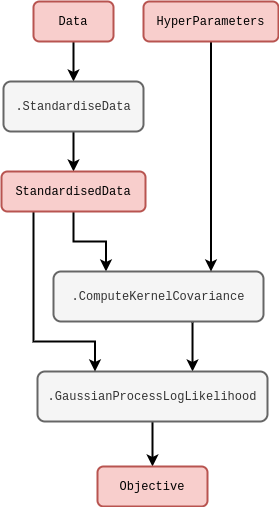
The draw.io diagram assets/stochadexII/stochadexII-gaussian-process-code.drawio.png in umbralcalc/umbralcalc.github.io, before a commit. Source tidied: cells renumbered, new cells last; positions are measured from the earlier drawing's top-left corner, leaving out a move shared by most shapes.
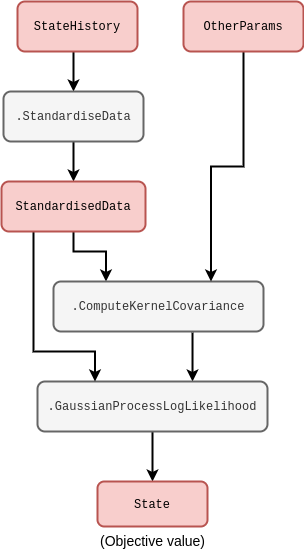
After the change.

Commit message:
updates to diagrams and text sections

The edit, as a diff of the source:
```diff
@@ -10,38 +10,30 @@
         </Array>
       </mxGeometry>
     </mxCell>
-    <mxCell id="3" style="edgeStyle=orthogonalEdgeStyle;rounded=0;jettySize=auto;html=1;entryX=0.5;entryY=0;entryDx=0;entryDy=0;strokeWidth=2;exitX=0.5;exitY=1;exitDx=0;exitDy=0;" parent="1" edge="1" source="4" target="13">
+    <mxCell id="3" style="edgeStyle=orthogonalEdgeStyle;rounded=0;jettySize=auto;html=1;entryX=0.5;entryY=0;entryDx=0;entryDy=0;strokeWidth=2;exitX=0.5;exitY=1;exitDx=0;exitDy=0;" parent="1" edge="1" target="13">
       <mxGeometry relative="1" as="geometry">
+        <mxPoint x="72" y="40" as="sourcePoint" />
         <Array as="points">
           <mxPoint x="72" y="50" />
           <mxPoint x="72" y="50" />
         </Array>
       </mxGeometry>
     </mxCell>
-    <mxCell id="4" value="&lt;font face=&quot;Courier New&quot;&gt;Data&lt;/font&gt;" style="rounded=1;whiteSpace=wrap;html=1;strokeWidth=2;fillColor=#f8cecc;strokeColor=#b85450;" parent="1" vertex="1">
-      <mxGeometry x="32" width="80" height="40" as="geometry" />
-    </mxCell>
     <mxCell id="5" style="edgeStyle=orthogonalEdgeStyle;rounded=0;jettySize=auto;html=1;exitX=0.662;exitY=1.02;exitDx=0;exitDy=0;exitPerimeter=0;entryX=0.674;entryY=0;entryDx=0;entryDy=0;entryPerimeter=0;strokeWidth=2;" parent="1" edge="1" source="6" target="8">
       <mxGeometry relative="1" as="geometry" />
     </mxCell>
     <mxCell id="6" value="&lt;font face=&quot;Courier New&quot;&gt;.ComputeKernelCovariance&lt;/font&gt;" style="rounded=1;whiteSpace=wrap;html=1;strokeWidth=2;fillColor=#f5f5f5;fontColor=#333333;strokeColor=#666666;" parent="1" vertex="1">
       <mxGeometry x="52" y="270" width="210" height="50" as="geometry" />
     </mxCell>
-    <mxCell id="7" style="edgeStyle=orthogonalEdgeStyle;rounded=0;jettySize=auto;html=1;strokeWidth=2;" parent="1" edge="1" source="8" target="11">
+    <mxCell id="7" style="edgeStyle=orthogonalEdgeStyle;rounded=0;jettySize=auto;html=1;strokeWidth=2;entryX=0.5;entryY=0;entryDx=0;entryDy=0;" parent="1" edge="1" source="8" target="18">
       <mxGeometry relative="1" as="geometry" />
     </mxCell>
     <mxCell id="8" value="&lt;font face=&quot;Courier New&quot;&gt;.GaussianProcessLogLikelihood&lt;/font&gt;" style="rounded=1;whiteSpace=wrap;html=1;strokeWidth=2;fillColor=#f5f5f5;fontColor=#333333;strokeColor=#666666;" parent="1" vertex="1">
       <mxGeometry x="36" y="370" width="230" height="50" as="geometry" />
     </mxCell>
-    <mxCell id="9" style="edgeStyle=orthogonalEdgeStyle;rounded=0;jettySize=auto;html=1;entryX=0.75;entryY=0;entryDx=0;entryDy=0;strokeWidth=2;" parent="1" edge="1" source="10" target="6">
+    <mxCell id="9" style="edgeStyle=orthogonalEdgeStyle;rounded=0;jettySize=auto;html=1;entryX=0.75;entryY=0;entryDx=0;entryDy=0;strokeWidth=2;exitX=0.5;exitY=1;exitDx=0;exitDy=0;" parent="1" edge="1" source="17" target="6">
       <mxGeometry relative="1" as="geometry" />
     </mxCell>
-    <mxCell id="10" value="&lt;font face=&quot;Courier New&quot;&gt;HyperParameters&lt;/font&gt;" style="rounded=1;whiteSpace=wrap;html=1;strokeWidth=2;fillColor=#f8cecc;strokeColor=#b85450;" parent="1" vertex="1">
-      <mxGeometry x="142" width="135" height="40" as="geometry" />
-    </mxCell>
-    <mxCell id="11" value="&lt;font face=&quot;Courier New&quot;&gt;Objective&lt;/font&gt;" style="rounded=1;whiteSpace=wrap;html=1;strokeWidth=2;fillColor=#f8cecc;strokeColor=#b85450;" parent="1" vertex="1">
-      <mxGeometry x="96" y="465" width="110" height="40" as="geometry" />
-    </mxCell>
     <mxCell id="12" style="edgeStyle=orthogonalEdgeStyle;rounded=0;jettySize=auto;html=1;strokeWidth=2;" parent="1" edge="1" source="13" target="15">
       <mxGeometry relative="1" as="geometry" />
     </mxCell>
@@ -57,7 +49,19 @@
       </mxGeometry>
     </mxCell>
     <mxCell id="15" value="&lt;font face=&quot;Courier New&quot;&gt;StandardisedData&lt;/font&gt;" style="rounded=1;whiteSpace=wrap;html=1;strokeWidth=2;fillColor=#f8cecc;strokeColor=#b85450;" parent="1" vertex="1">
-      <mxGeometry y="170" width="144" height="40" as="geometry" />
+      <mxGeometry y="170" width="144" height="50" as="geometry" />
     </mxCell>
+    <mxCell id="16" value="&lt;font face=&quot;Courier New&quot;&gt;StateHistory&lt;/font&gt;" style="rounded=1;whiteSpace=wrap;html=1;strokeWidth=2;fillColor=#f8cecc;strokeColor=#b85450;" parent="1" vertex="1">
+      <mxGeometry x="16" y="-10" width="120" height="50" as="geometry" />
+    </mxCell>
+    <mxCell id="17" value="&lt;font face=&quot;Courier New&quot;&gt;OtherParams&lt;/font&gt;" style="rounded=1;whiteSpace=wrap;html=1;strokeWidth=2;fillColor=#f8cecc;strokeColor=#b85450;" parent="1" vertex="1">
+      <mxGeometry x="182" y="-10" width="120" height="50" as="geometry" />
+    </mxCell>
+    <mxCell id="18" value="&lt;font face=&quot;Courier New&quot;&gt;State&lt;/font&gt;" style="rounded=1;whiteSpace=wrap;html=1;strokeWidth=2;fillColor=#f8cecc;strokeColor=#b85450;" parent="1" vertex="1">
+      <mxGeometry x="96" y="470" width="110" height="45" as="geometry" />
+    </mxCell>
+    <mxCell id="19" value="&lt;font style=&quot;font-size: 14px;&quot;&gt;(Objective value)&lt;/font&gt;" style="text;html=1;align=center;verticalAlign=middle;strokeColor=none;fillColor=none;" parent="1" vertex="1">
+      <mxGeometry x="86" y="515" width="130" height="30" as="geometry" />
+    </mxCell>
   </root>
 </mxGraphModel>
```
